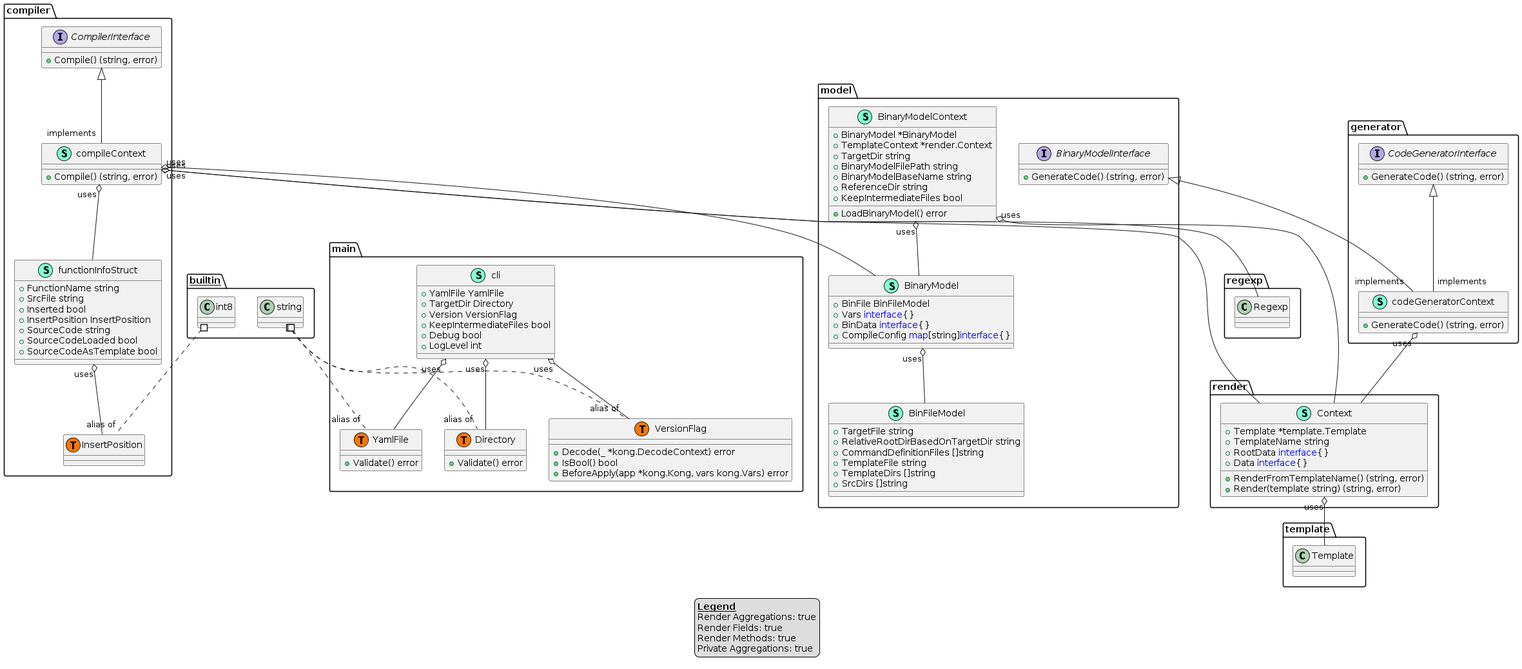
Before: doc/classDiagram.png, a diagram exported from PlantUML (fchastanet/bash-compiler). Its diagram source:
```plantuml
@startuml
legend
<u><b>Legend</b></u>
Render Aggregations: true
Render Fields: true
Render Methods: true
Private Aggregations: true
end legend
namespace compiler {
    interface CompilerInterface  {
        + Compile() (string, error)

    }
    class compileContext << (S,Aquamarine) >> {
        + Compile() (string, error)

    }
    class compiler.InsertPosition << (T, #FF7700) >>  {
    }
    class functionInfoStruct << (S,Aquamarine) >> {
        + FunctionName string
        + SrcFile string
        + Inserted bool
        + InsertPosition InsertPosition
        + SourceCode string
        + SourceCodeLoaded bool
        + SourceCodeAsTemplate bool

    }
}

"compiler.CompilerInterface" <|-- "implements""compiler.compileContext"

"compiler.compileContext""uses" o-- "compiler.functionInfoStruct"
"compiler.compileContext""uses" o-- "model.BinaryModel"
"compiler.compileContext""uses" o-- "regexp.Regexp"
"compiler.compileContext""uses" o-- "render.Context"
"compiler.functionInfoStruct""uses" o-- "compiler.InsertPosition"

namespace generator {
    interface CodeGeneratorInterface  {
        + GenerateCode() (string, error)

    }
    class codeGeneratorContext << (S,Aquamarine) >> {
        + GenerateCode() (string, error)

    }
}

"generator.CodeGeneratorInterface" <|-- "implements""generator.codeGeneratorContext"
"model.BinaryModelInterface" <|-- "implements""generator.codeGeneratorContext"

"generator.codeGeneratorContext""uses" o-- "render.Context"

namespace main {
    class Directory << (S,Aquamarine) >> {
        + Validate() error

    }
    class VersionFlag << (S,Aquamarine) >> {
        + Decode(_ *kong.DecodeContext) error
        + IsBool() bool
        + BeforeApply(app *kong.Kong, vars kong.Vars) error

    }
    class YamlFile << (S,Aquamarine) >> {
        + Validate() error

    }
    class cli << (S,Aquamarine) >> {
        + YamlFile YamlFile
        + TargetDir Directory
        + Version VersionFlag
        + KeepIntermediateFiles bool
        + Debug bool
        + LogLevel int

    }
    class main.Directory << (T, #FF7700) >>  {
    }
    class main.VersionFlag << (T, #FF7700) >>  {
    }
    class main.YamlFile << (T, #FF7700) >>  {
    }
}


"main.cli""uses" o-- "main.Directory"
"main.cli""uses" o-- "main.VersionFlag"
"main.cli""uses" o-- "main.YamlFile"

namespace model {
    class BinFileModel << (S,Aquamarine) >> {
        + TargetFile string
        + RelativeRootDirBasedOnTargetDir string
        + CommandDefinitionFiles []string
        + TemplateFile string
        + TemplateDirs []string
        + SrcDirs []string

    }
    class BinaryModel << (S,Aquamarine) >> {
        + BinFile BinFileModel
        + Vars <font color=blue>interface</font>{}
        + BinData <font color=blue>interface</font>{}
        + CompileConfig <font color=blue>map</font>[string]<font color=blue>interface</font>{}

    }
    class BinaryModelContext << (S,Aquamarine) >> {
        + BinaryModel *BinaryModel
        + TemplateContext *render.Context
        + TargetDir string
        + BinaryModelFilePath string
        + BinaryModelBaseName string
        + ReferenceDir string
        + KeepIntermediateFiles bool

        + LoadBinaryModel() error

    }
    interface BinaryModelInterface  {
        + GenerateCode() (string, error)

    }
}


"model.BinaryModel""uses" o-- "model.BinFileModel"
"model.BinaryModelContext""uses" o-- "model.BinaryModel"
"model.BinaryModelContext""uses" o-- "render.Context"

namespace render {
    class Context << (S,Aquamarine) >> {
        + Template *template.Template
        + TemplateName string
        + RootData <font color=blue>interface</font>{}
        + Data <font color=blue>interface</font>{}

        + RenderFromTemplateName() (string, error)
        + Render(template string) (string, error)

    }
}


"render.Context""uses" o-- "template.Template"

"__builtin__.int8" #.. "alias of""compiler.InsertPosition"
"__builtin__.string" #.. "alias of""main.Directory"
"__builtin__.string" #.. "alias of""main.VersionFlag"
"__builtin__.string" #.. "alias of""main.YamlFile"
@enduml
```
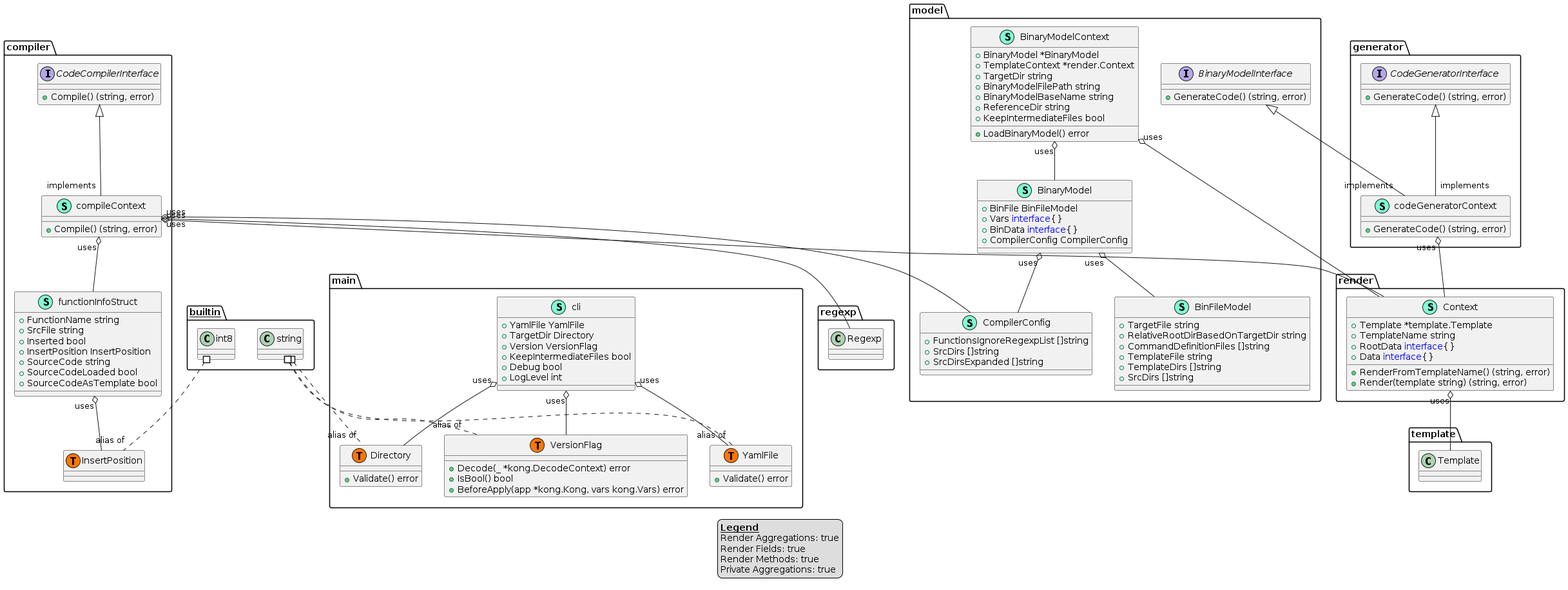
The same file after the commit.

Commit message:
remove BinaryModel dependency from compiler

The edit, as a diff of the source:
```diff
@@ -7,7 +7,7 @@
 Private Aggregations: true
 end legend
 namespace compiler {
-    interface CompilerInterface  {
+    interface CodeCompilerInterface  {
         + Compile() (string, error)
 
     }
@@ -29,10 +29,10 @@
     }
 }
 
-"compiler.CompilerInterface" <|-- "implements""compiler.compileContext"
+"compiler.CodeCompilerInterface" <|-- "implements""compiler.compileContext"
 
 "compiler.compileContext""uses" o-- "compiler.functionInfoStruct"
-"compiler.compileContext""uses" o-- "model.BinaryModel"
+"compiler.compileContext""uses" o-- "model.CompilerConfig"
 "compiler.compileContext""uses" o-- "regexp.Regexp"
 "compiler.compileContext""uses" o-- "render.Context"
 "compiler.functionInfoStruct""uses" o-- "compiler.InsertPosition"
@@ -104,7 +104,7 @@
         + BinFile BinFileModel
         + Vars <font color=blue>interface</font>{}
         + BinData <font color=blue>interface</font>{}
-        + CompileConfig <font color=blue>map</font>[string]<font color=blue>interface</font>{}
+        + CompilerConfig CompilerConfig
 
     }
     class BinaryModelContext << (S,Aquamarine) >> {
@@ -123,10 +123,17 @@
         + GenerateCode() (string, error)
 
     }
+    class CompilerConfig << (S,Aquamarine) >> {
+        + FunctionsIgnoreRegexpList []string
+        + SrcDirs []string
+        + SrcDirsExpanded []string
+
+    }
 }
 
 
 "model.BinaryModel""uses" o-- "model.BinFileModel"
+"model.BinaryModel""uses" o-- "model.CompilerConfig"
 "model.BinaryModelContext""uses" o-- "model.BinaryModel"
 "model.BinaryModelContext""uses" o-- "render.Context"
 
```
